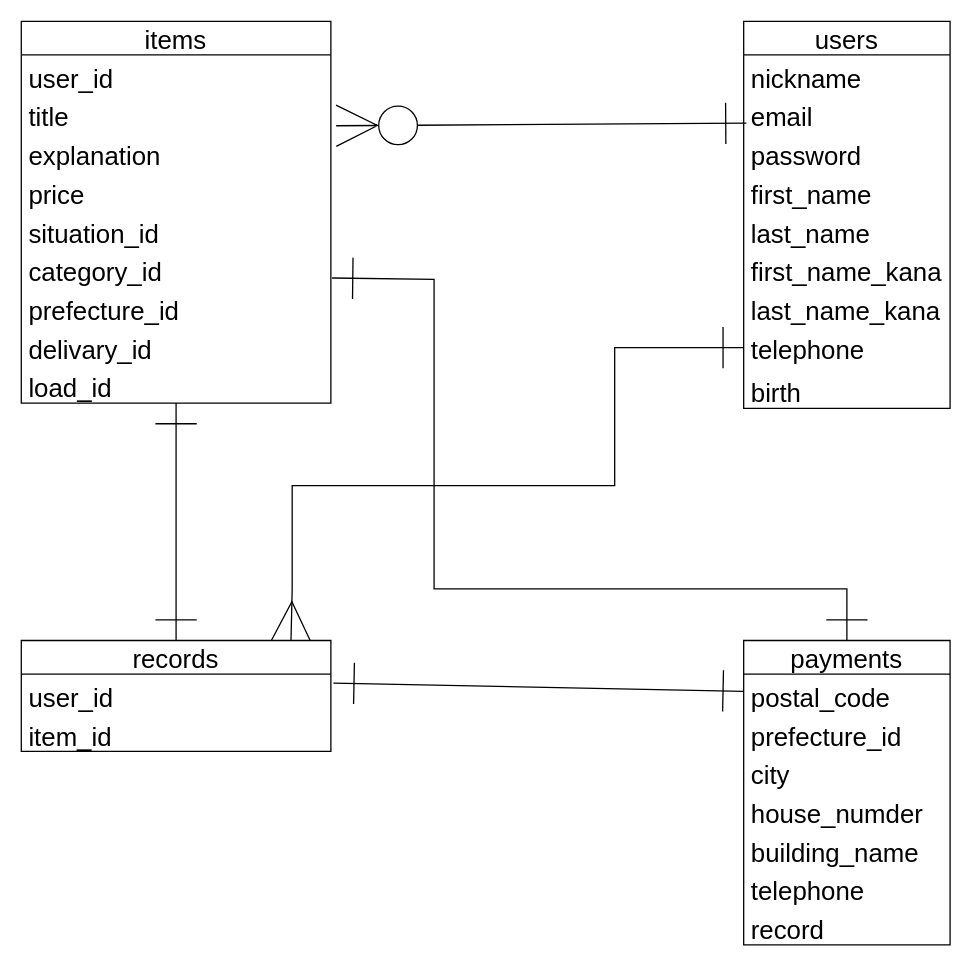
Earlier version of the draw.io diagram furima.dio (ennkai/furima-39962). Source tidied: cells renumbered, new cells numbered last; positions are measured from the earlier drawing's top-left corner, leaving out a move shared by most shapes. Both pictures are drawn from the tidied source at 129%, with x=0, y=0 at pixel (21, 21).
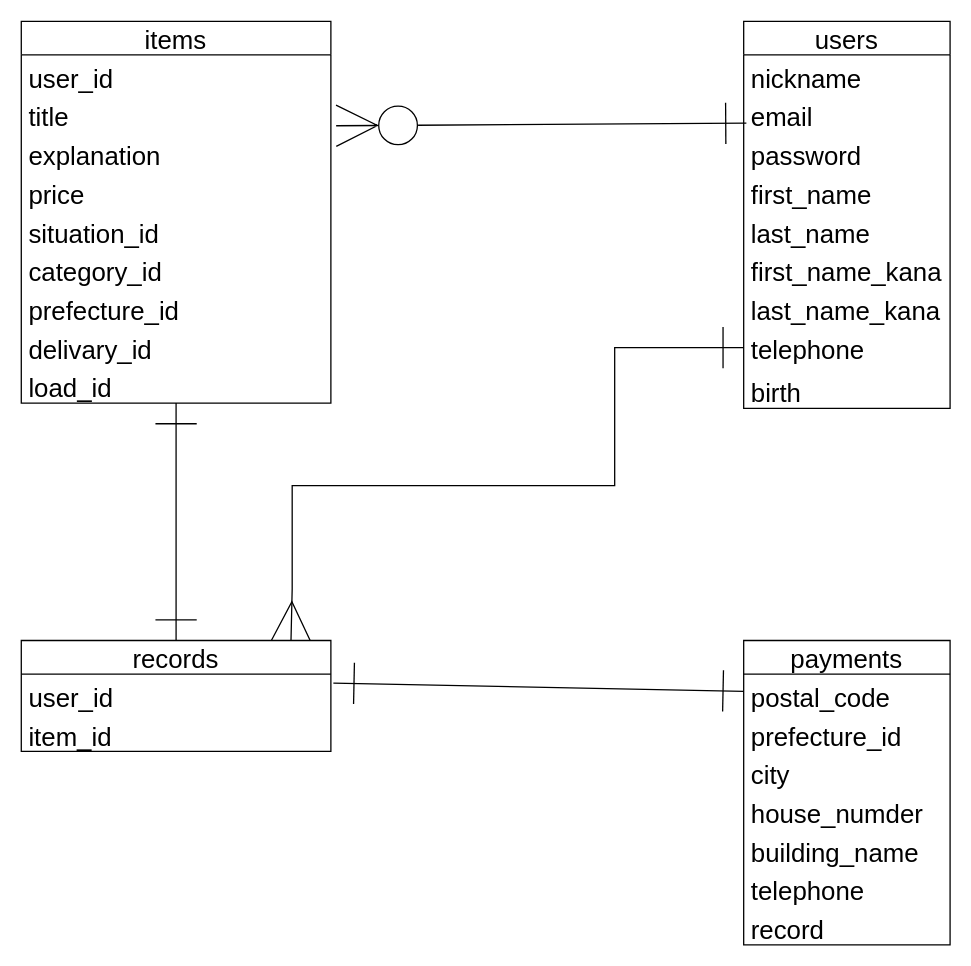
The same page after the edit.

The change refers to these unchanged cells:
```xml
<mxCell id="9" value="category_id" style="text;strokeColor=none;fillColor=none;spacingLeft=4;spacingRight=4;overflow=hidden;points=[[0,0.5],[1,0.5]];portConstraint=eastwest;fontSize=20;" parent="3" vertex="1">
  <mxGeometry y="176" width="240" height="30" as="geometry" />
</mxCell>
<mxCell id="14" value="payments" style="swimlane;fontStyle=0;horizontal=1;startSize=26;align=center;fontSize=20;" parent="1" vertex="1">
  <mxGeometry x="560" y="480" width="160" height="236" as="geometry" />
</mxCell>
```

The edit, as a diff of the source:
```diff
@@
-    <mxCell id="13" style="edgeStyle=none;rounded=0;jumpSize=100;html=1;entryX=1.004;entryY=0.767;entryDx=0;entryDy=0;entryPerimeter=0;fontSize=20;startArrow=ERone;startFill=0;endArrow=ERone;endFill=0;startSize=30;endSize=30;targetPerimeterSpacing=10;" parent="1" edge="1" source="14" target="9">
-      <mxGeometry relative="1" as="geometry">
-        <Array as="points">
-          <mxPoint x="640" y="440" />
-          <mxPoint x="320" y="440" />
-          <mxPoint x="320" y="200" />
-        </Array>
-      </mxGeometry>
-    </mxCell>
```
